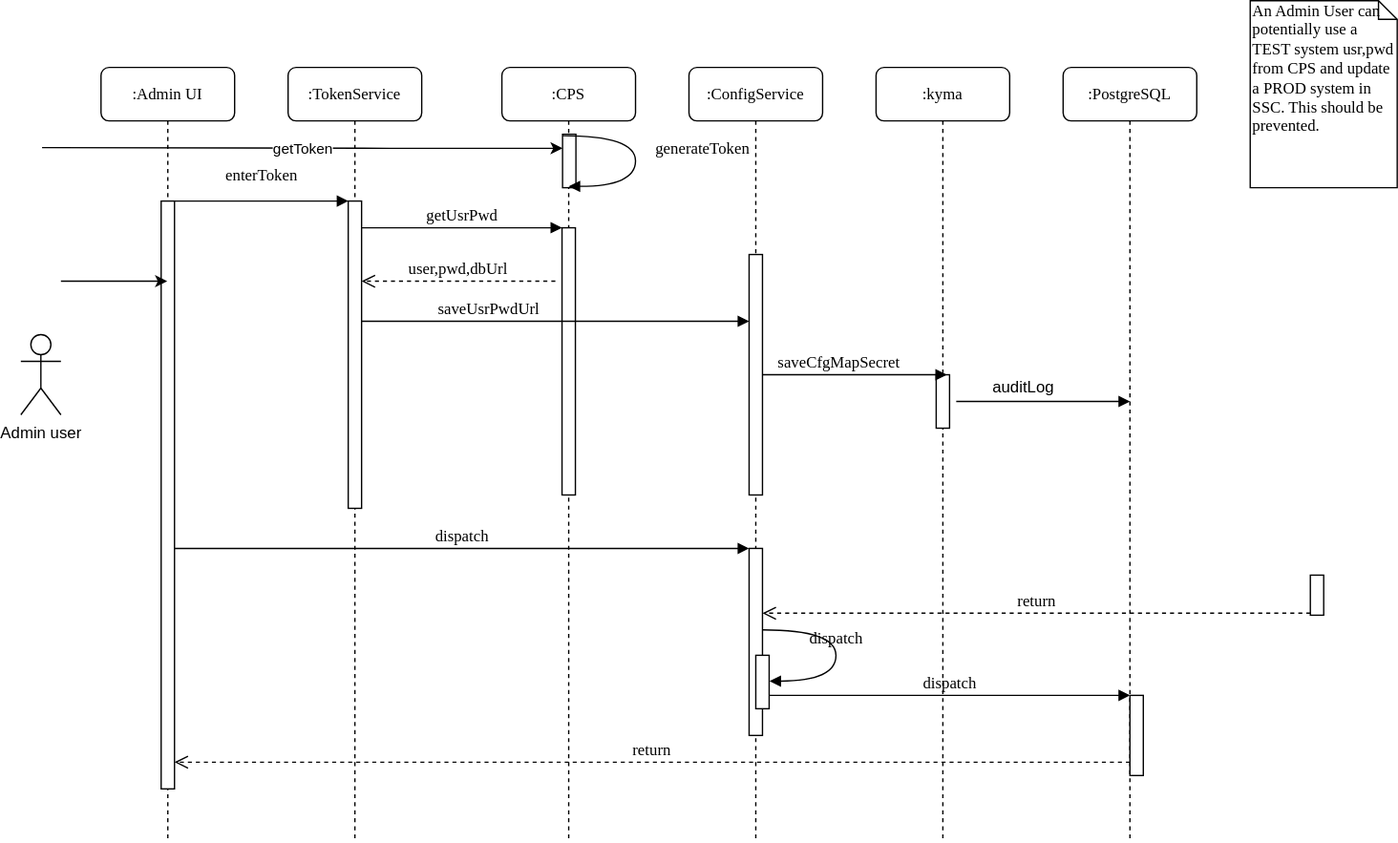
This is SavePasswordFlow.svg from sundarvc/sequence-diagrams, a draw.io export, as it was before one commit. Source tidied: cells renumbered, new cells last; positions are measured from the earlier drawing's top-left corner, leaving out a move shared by most shapes.
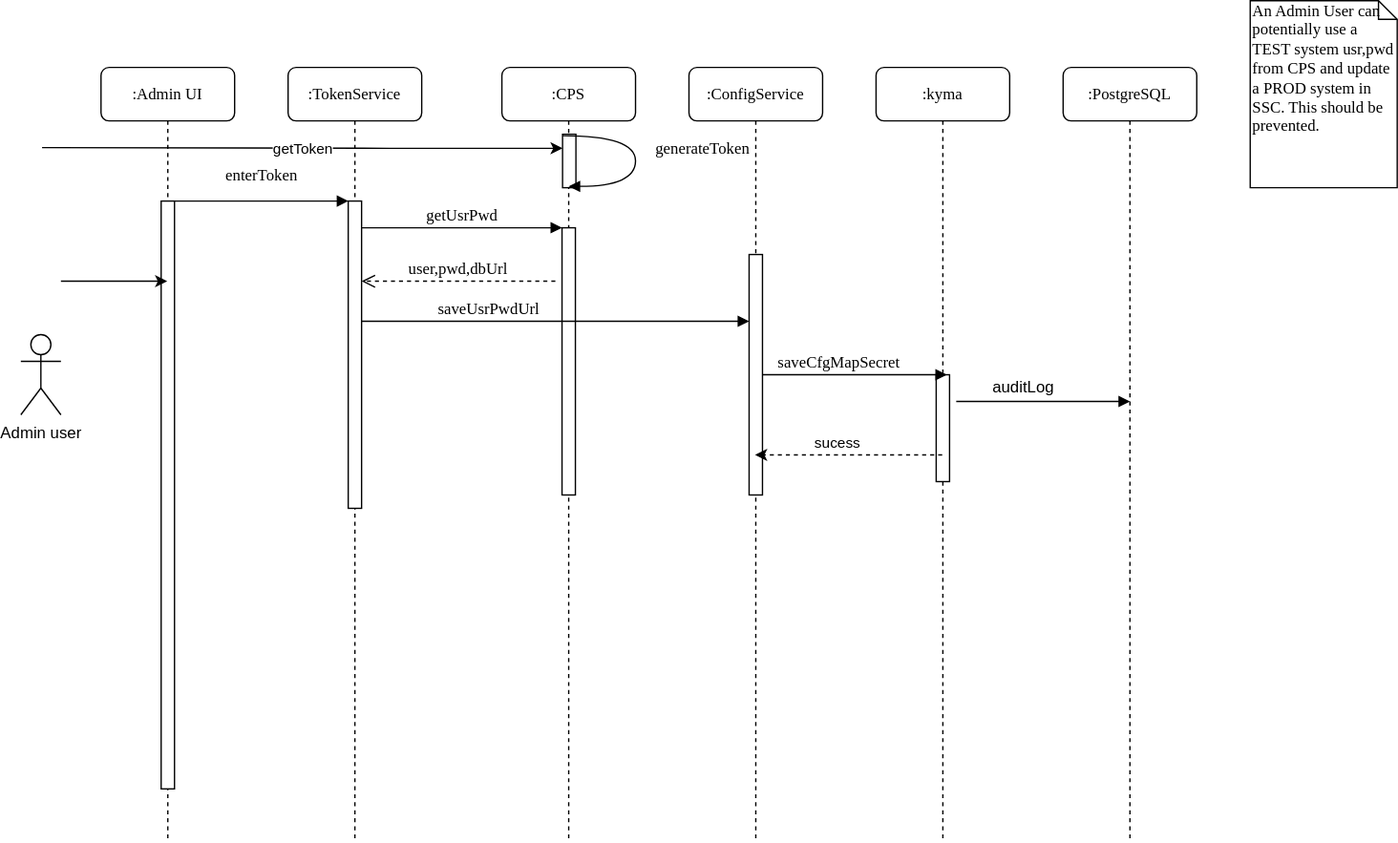
After the commit.

Diff of the diagram source:
```diff
@@ -21,7 +21,7 @@
       <mxGeometry x="640" y="50" width="100" height="580" as="geometry" />
     </mxCell>
     <mxCell id="8" style="html=1;perimeter=orthogonalPerimeter;rounded=0;shadow=0;comic=0;labelBackgroundColor=none;strokeWidth=1;fontFamily=Verdana;fontSize=12;align=center;" parent="7" vertex="1">
-      <mxGeometry x="45" y="230" width="10" height="40" as="geometry" />
+      <mxGeometry x="45" y="230" width="10" height="80" as="geometry" />
     </mxCell>
     <mxCell id="9" value=":PostgreSQL" style="shape=umlLifeline;perimeter=lifelinePerimeter;whiteSpace=wrap;html=1;rounded=1;shadow=0;comic=0;labelBackgroundColor=none;strokeWidth=1;fontFamily=Verdana;fontSize=12;align=center;" parent="1" vertex="1">
       <mxGeometry x="780" y="50" width="100" height="580" as="geometry" />
@@ -51,50 +51,12 @@
         </Array>
       </mxGeometry>
     </mxCell>
-    <mxCell id="15" style="html=1;points=[];perimeter=orthogonalPerimeter;rounded=0;shadow=0;comic=0;labelBackgroundColor=none;strokeWidth=1;fontFamily=Verdana;fontSize=12;align=center;" parent="1" vertex="1">
-      <mxGeometry x="545" y="410" width="10" height="140" as="geometry" />
-    </mxCell>
-    <mxCell id="16" value="dispatch" style="html=1;verticalAlign=bottom;endArrow=block;entryX=0;entryY=0;labelBackgroundColor=none;fontFamily=Verdana;fontSize=12;" parent="1" edge="1" source="11" target="15">
-      <mxGeometry relative="1" as="geometry" />
-    </mxCell>
-    <mxCell id="17" style="html=1;points=[];perimeter=orthogonalPerimeter;rounded=0;shadow=0;comic=0;labelBackgroundColor=none;strokeColor=#000000;strokeWidth=1;fillColor=#FFFFFF;fontFamily=Verdana;fontSize=12;fontColor=#000000;align=center;" parent="1" vertex="1">
-      <mxGeometry x="965" y="430" width="10" height="30" as="geometry" />
-    </mxCell>
-    <mxCell id="18" value="return" style="html=1;verticalAlign=bottom;endArrow=open;dashed=1;endSize=8;exitX=0;exitY=0.95;labelBackgroundColor=none;fontFamily=Verdana;fontSize=12;" parent="1" edge="1" source="17" target="15">
-      <mxGeometry relative="1" as="geometry" />
-    </mxCell>
-    <mxCell id="19" style="html=1;points=[];perimeter=orthogonalPerimeter;rounded=0;shadow=0;comic=0;labelBackgroundColor=none;strokeWidth=1;fontFamily=Verdana;fontSize=12;align=center;" parent="1" vertex="1">
-      <mxGeometry x="830" y="520" width="10" height="60" as="geometry" />
-    </mxCell>
-    <mxCell id="20" value="dispatch" style="html=1;verticalAlign=bottom;endArrow=block;entryX=0;entryY=0;labelBackgroundColor=none;fontFamily=Verdana;fontSize=12;edgeStyle=elbowEdgeStyle;elbow=vertical;" parent="1" edge="1" source="24" target="19">
-      <mxGeometry relative="1" as="geometry" />
-    </mxCell>
-    <mxCell id="21" value="return" style="html=1;verticalAlign=bottom;endArrow=open;dashed=1;endSize=8;labelBackgroundColor=none;fontFamily=Verdana;fontSize=12;edgeStyle=elbowEdgeStyle;elbow=vertical;" parent="1" edge="1" source="19" target="11">
-      <mxGeometry relative="1" as="geometry">
-        <Array as="points">
-          <mxPoint x="530" y="570" />
-        </Array>
-      </mxGeometry>
-    </mxCell>
     <mxCell id="22" value="enterToken" style="html=1;verticalAlign=bottom;endArrow=block;entryX=0;entryY=0;labelBackgroundColor=none;fontFamily=Verdana;fontSize=12;edgeStyle=elbowEdgeStyle;elbow=vertical;" parent="1" edge="1" source="11" target="3">
       <mxGeometry y="10" relative="1" as="geometry" />
     </mxCell>
     <mxCell id="23" value="getUsrPwd" style="html=1;verticalAlign=bottom;endArrow=block;entryX=0;entryY=0;labelBackgroundColor=none;fontFamily=Verdana;fontSize=12;edgeStyle=elbowEdgeStyle;elbow=vertical;" parent="1" edge="1" source="3" target="5">
       <mxGeometry relative="1" as="geometry" />
     </mxCell>
-    <mxCell id="24" style="html=1;points=[];perimeter=orthogonalPerimeter;rounded=0;shadow=0;comic=0;labelBackgroundColor=none;strokeWidth=1;fontFamily=Verdana;fontSize=12;align=center;" parent="1" vertex="1">
-      <mxGeometry x="550" y="490" width="10" height="40" as="geometry" />
-    </mxCell>
-    <mxCell id="25" value="dispatch" style="html=1;verticalAlign=bottom;endArrow=block;labelBackgroundColor=none;fontFamily=Verdana;fontSize=12;elbow=vertical;edgeStyle=orthogonalEdgeStyle;curved=1;entryX=1;entryY=0.286;entryPerimeter=0;exitX=1.038;exitY=0.345;exitPerimeter=0;" parent="1" edge="1">
-      <mxGeometry relative="1" as="geometry">
-        <mxPoint x="555.3" y="471" as="sourcePoint" />
-        <mxPoint x="560.3" y="509.3" as="targetPoint" />
-        <Array as="points">
-          <mxPoint x="610" y="471" />
-          <mxPoint x="610" y="509" />
-        </Array>
-      </mxGeometry>
-    </mxCell>
     <mxCell id="26" value="An Admin User can potentially use a TEST system usr,pwd from CPS and update a PROD system in SSC. This should be prevented." style="shape=note;whiteSpace=wrap;html=1;size=14;verticalAlign=top;align=left;spacingTop=-6;rounded=0;shadow=0;comic=0;labelBackgroundColor=none;strokeWidth=1;fontFamily=Verdana;fontSize=12;" parent="1" vertex="1">
       <mxGeometry x="920" width="110" height="140" as="geometry" />
     </mxCell>
@@ -152,5 +114,13 @@
     <mxCell id="35" value="auditLog" style="text;html=1;align=center;verticalAlign=middle;" parent="1" vertex="1">
       <mxGeometry x="720" y="280" width="60" height="20" as="geometry" />
     </mxCell>
+    <mxCell id="36" style="endArrow=classic;html=1;dashed=1;" parent="1" edge="1" source="7" target="6">
+      <mxGeometry relative="1" as="geometry" />
+    </mxCell>
+    <mxCell id="37" value="sucess" style="edgeLabel;html=1;align=center;verticalAlign=middle;" parent="36" vertex="1">
+      <mxGeometry x="0.38" relative="1" as="geometry">
+        <mxPoint x="17.5" y="-10" as="offset" />
+      </mxGeometry>
+    </mxCell>
   </root>
 </mxGraphModel>
```
